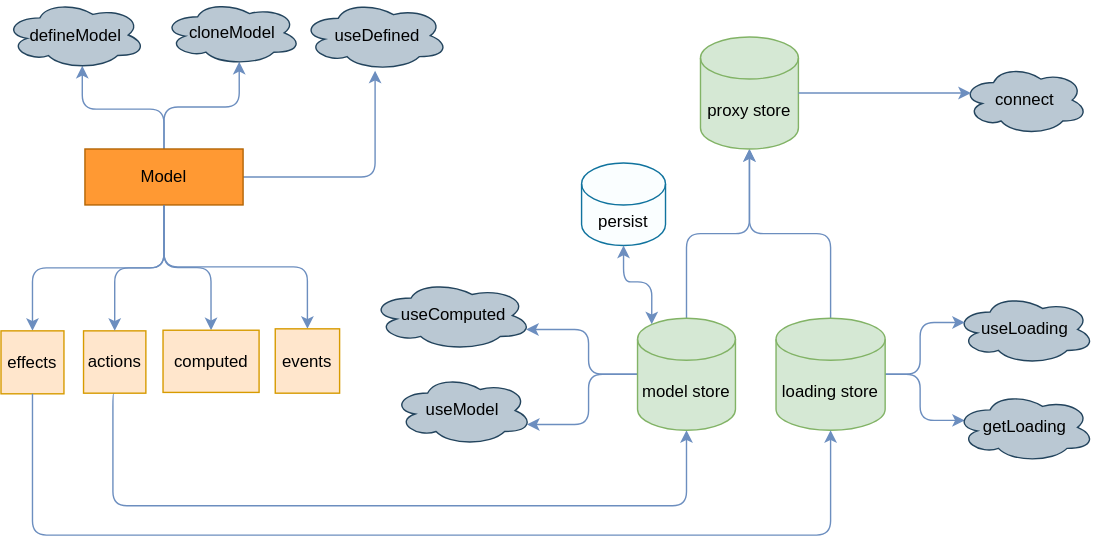
The draw.io diagram docs/mindMap.svg in foca-js/foca, before a commit. Source tidied: cells renumbered, new cells last; positions are measured from the earlier drawing's top-left corner, leaving out a move shared by most shapes.
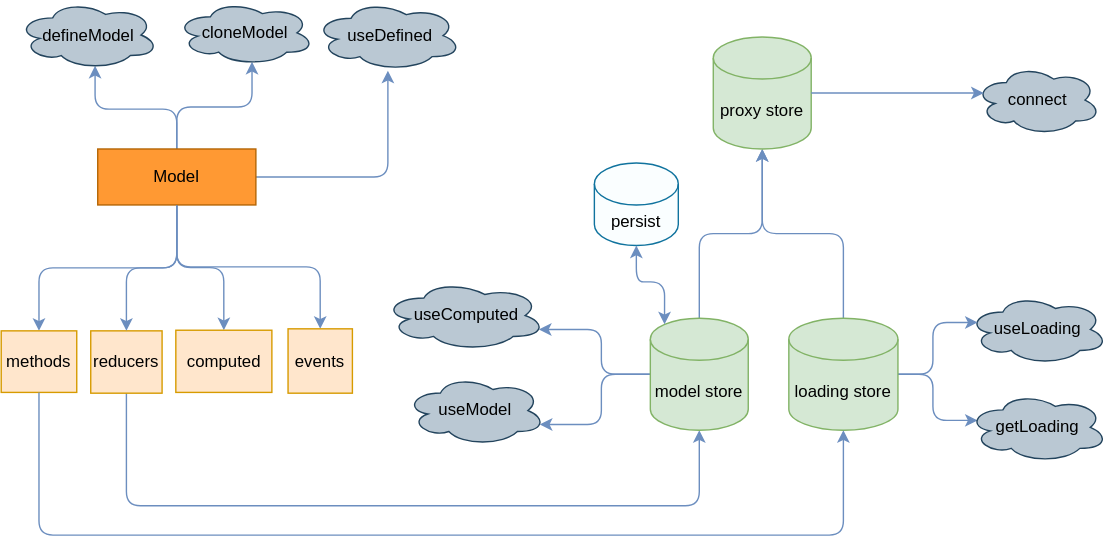
Above is the later version.

The edit, as a diff of the source:
```diff
@@ -10,8 +10,8 @@
         </Array>
       </mxGeometry>
     </mxCell>
-    <mxCell id="3" value="actions" style="whiteSpace=wrap;html=1;fillColor=#ffe6cc;strokeColor=#d79b00;" parent="1" vertex="1">
-      <mxGeometry x="59" y="236" width="44.5" height="44.5" as="geometry" />
+    <mxCell id="3" value="reducers" style="whiteSpace=wrap;html=1;fillColor=#ffe6cc;strokeColor=#d79b00;" parent="1" vertex="1">
+      <mxGeometry x="55" y="236" width="51" height="44.5" as="geometry" />
     </mxCell>
     <mxCell id="4" style="edgeStyle=orthogonalEdgeStyle;rounded=1;jettySize=auto;html=1;exitX=0.5;exitY=0;exitDx=0;exitDy=0;entryX=0.55;entryY=0.95;entryDx=0;entryDy=0;entryPerimeter=0;fillColor=#dae8fc;strokeColor=#6c8ebf;" parent="1" edge="1" source="10" target="28">
       <mxGeometry relative="1" as="geometry" />
@@ -34,8 +34,8 @@
     <mxCell id="10" value="Model" style="rounded=0;whiteSpace=wrap;html=1;fillColor=#FF9933;strokeColor=#b46504;shadow=0;" parent="1" vertex="1">
       <mxGeometry x="60" y="106" width="113" height="40" as="geometry" />
     </mxCell>
-    <mxCell id="11" value="effects" style="whiteSpace=wrap;html=1;fillColor=#ffe6cc;strokeColor=#d79b00;" parent="1" vertex="1">
-      <mxGeometry y="236" width="45" height="45" as="geometry" />
+    <mxCell id="11" value="methods" style="whiteSpace=wrap;html=1;fillColor=#ffe6cc;strokeColor=#d79b00;" parent="1" vertex="1">
+      <mxGeometry x="-9" y="236" width="54" height="44" as="geometry" />
     </mxCell>
     <mxCell id="12" value="events" style="whiteSpace=wrap;html=1;fillColor=#ffe6cc;strokeColor=#d79b00;" parent="1" vertex="1">
       <mxGeometry x="196" y="234.5" width="46" height="46" as="geometry" />
```
